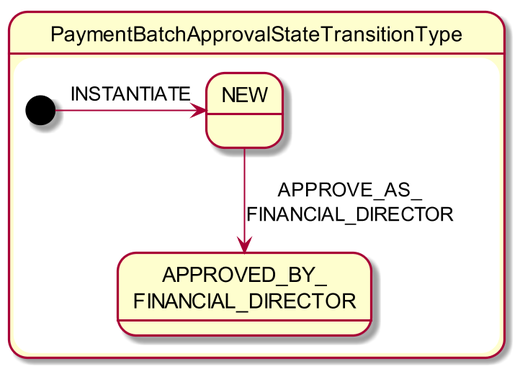
Before: adocs/documentation/src/main/asciidoc/payment-approval-state-chart.png, a diagram exported from PlantUML (estatio/estatio).
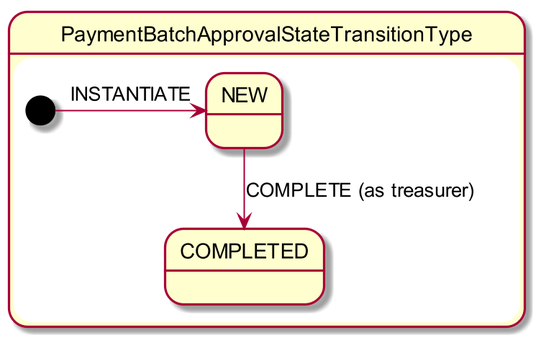
Above is the later version.

What changed in the source:
```diff
@@ -4,10 +4,10 @@
 state "PaymentBatchApprovalStateTransitionType" as pa {
 
     state "NEW" as pa_new
-    state "APPROVED_BY_\nFINANCIAL_DIRECTOR" as pa_approved
+    state "COMPLETED" as pa_completed
 
     [*] -right-> pa_new: INSTANTIATE
-    pa_new -down-> pa_approved: APPROVE_AS_\nFINANCIAL_DIRECTOR
+    pa_new -down-> pa_completed: COMPLETE (as treasurer)
 
 }
 @enduml
```
